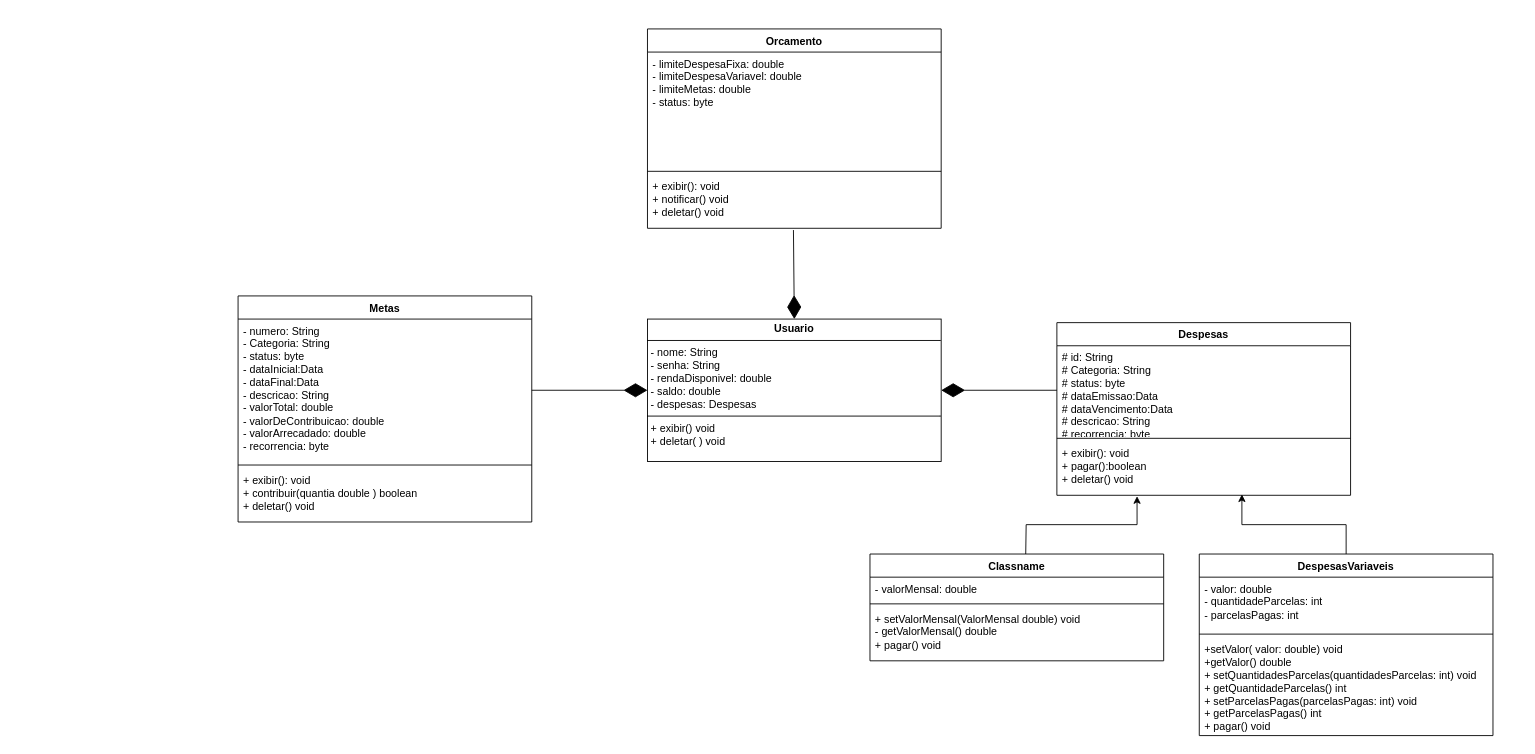
Earlier version of the draw.io diagram Diagrama de classe Controle-Financeiro.drawio (josevictoraraujorojas/Controle-Financeiro). Source tidied: cells renumbered, new cells numbered last; positions are measured from the earlier drawing's top-left corner, leaving out a move shared by most shapes. Both pictures are drawn from the tidied source at 89%, with x=0, y=0 at pixel (238, 28).
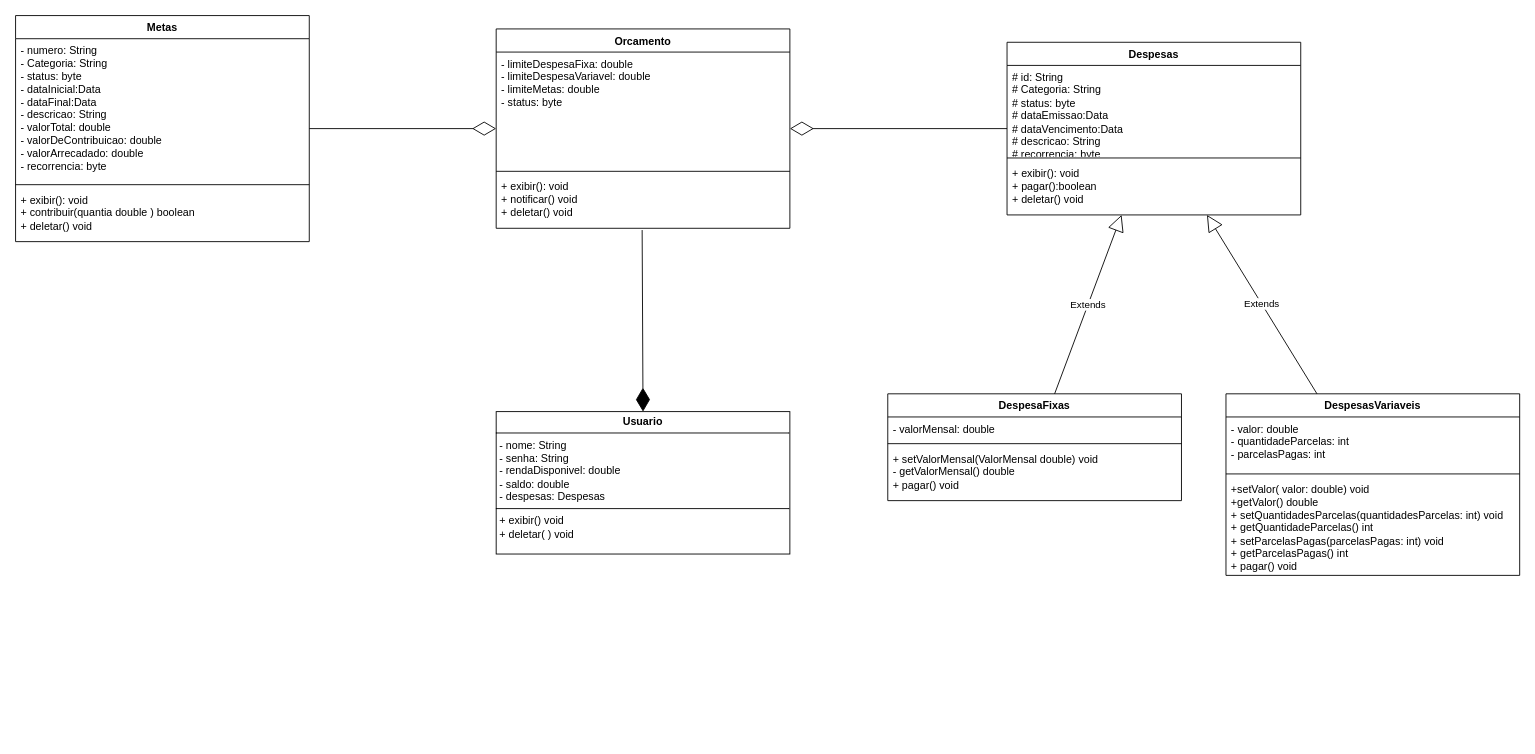
Above is the later version.

The change refers to these unchanged cells:
```xml
<mxCell id="4" value="&lt;div&gt;&lt;span style=&quot;background-color: initial;&quot;&gt;# id: String&lt;/span&gt;&lt;/div&gt;&lt;div&gt;&lt;span style=&quot;background-color: initial;&quot;&gt;# Categoria: String&lt;/span&gt;&lt;br&gt;&lt;/div&gt;&lt;div&gt;&lt;span style=&quot;background-color: initial;&quot;&gt;# status: byte&lt;/span&gt;&lt;/div&gt;&lt;div&gt;# dataEmissao:Data&lt;/div&gt;&lt;div&gt;&lt;span style=&quot;background-color: initial;&quot;&gt;# dataVencimento:Data&lt;/span&gt;&lt;/div&gt;&lt;div&gt;&lt;span style=&quot;background-color: initial;&quot;&gt;# descricao: String&lt;/span&gt;&lt;/div&gt;&lt;div&gt;&lt;span style=&quot;background-color: initial;&quot;&gt;# recorrencia: byte&lt;/span&gt;&lt;/div&gt;" style="text;strokeColor=none;fillColor=none;align=left;verticalAlign=top;spacingLeft=4;spacingRight=4;overflow=hidden;points=[[0,0.5],[1,0.5]];portConstraint=eastwest;whiteSpace=wrap;html=1;" parent="3" vertex="1">
  <mxGeometry y="26" width="330" height="100" as="geometry" />
</mxCell>
<mxCell id="6" value="&lt;div&gt;&lt;span style=&quot;background-color: initial;&quot;&gt;+ exibir(): void&lt;/span&gt;&lt;br&gt;&lt;/div&gt;&lt;div&gt;+ pagar():boolean&lt;/div&gt;&lt;div&gt;+ deletar() void&lt;/div&gt;" style="text;strokeColor=none;fillColor=none;align=left;verticalAlign=top;spacingLeft=4;spacingRight=4;overflow=hidden;points=[[0,0.5],[1,0.5]];portConstraint=eastwest;whiteSpace=wrap;html=1;" parent="3" vertex="1">
  <mxGeometry y="134" width="330" height="60" as="geometry" />
</mxCell>
<mxCell id="19" value="&lt;div&gt;&lt;span style=&quot;background-color: initial;&quot;&gt;- numero: String&lt;/span&gt;&lt;/div&gt;&lt;div&gt;&lt;span style=&quot;background-color: initial;&quot;&gt;- Categoria: String&lt;/span&gt;&lt;br&gt;&lt;/div&gt;&lt;div&gt;&lt;span style=&quot;background-color: initial;&quot;&gt;- status: byte&lt;/span&gt;&lt;/div&gt;&lt;div&gt;- dataInicial:Data&lt;/div&gt;&lt;div&gt;&lt;span style=&quot;background-color: initial;&quot;&gt;- dataFinal:Data&lt;/span&gt;&lt;/div&gt;&lt;div&gt;&lt;span style=&quot;background-color: initial;&quot;&gt;- descricao: String&lt;/span&gt;&lt;/div&gt;&lt;div&gt;&lt;span style=&quot;background-color: initial;&quot;&gt;- valorTotal: double&lt;/span&gt;&lt;/div&gt;&lt;div&gt;&lt;span style=&quot;background-color: initial;&quot;&gt;- valorDeContribuicao: double&lt;/span&gt;&lt;/div&gt;&lt;div&gt;&lt;span style=&quot;background-color: initial;&quot;&gt;- valorArrecadado: double&lt;/span&gt;&lt;/div&gt;&lt;div&gt;- recorrencia: byte&lt;/div&gt;" style="text;strokeColor=none;fillColor=none;align=left;verticalAlign=top;spacingLeft=4;spacingRight=4;overflow=hidden;points=[[0,0.5],[1,0.5]];portConstraint=eastwest;whiteSpace=wrap;html=1;" parent="18" vertex="1">
  <mxGeometry y="26" width="330" height="160" as="geometry" />
</mxCell>
```

The edit, as a diff of the source:
```diff
@@
     <mxCell id="2" value="&lt;p style=&quot;margin:0px;margin-top:4px;text-align:center;&quot;&gt;&lt;b&gt;Usuario&lt;/b&gt;&lt;/p&gt;&lt;hr size=&quot;1&quot; style=&quot;border-style:solid;&quot;&gt;&lt;p style=&quot;margin:0px;margin-left:4px;&quot;&gt;- nome: String&lt;/p&gt;&lt;p style=&quot;margin:0px;margin-left:4px;&quot;&gt;- senha: String&lt;/p&gt;&lt;p style=&quot;margin:0px;margin-left:4px;&quot;&gt;- rendaDisponivel: double&lt;/p&gt;&lt;p style=&quot;margin:0px;margin-left:4px;&quot;&gt;- saldo: double&lt;/p&gt;&lt;p style=&quot;margin:0px;margin-left:4px;&quot;&gt;- despesas: Despesas&lt;/p&gt;&lt;hr size=&quot;1&quot; style=&quot;border-style:solid;&quot;&gt;&lt;p style=&quot;margin:0px;margin-left:4px;&quot;&gt;+ exibir() void&amp;nbsp;&lt;/p&gt;&lt;p style=&quot;margin:0px;margin-left:4px;&quot;&gt;+ deletar( ) void&lt;/p&gt;" style="verticalAlign=top;align=left;overflow=fill;html=1;whiteSpace=wrap;" parent="1" vertex="1">
-      <mxGeometry x="460" y="326" width="330" height="160" as="geometry" />
+      <mxGeometry x="290" y="430" width="330" height="160" as="geometry" />
     </mxCell>
     <mxCell id="3" value="Despesas" style="swimlane;fontStyle=1;align=center;verticalAlign=top;horizontal=1;startSize=26;whiteSpace=wrap;html=1;" parent="1" vertex="1">
-      <mxGeometry x="920" y="330" width="330" height="194" as="geometry" />
+      <mxGeometry x="864" y="15" width="330" height="194" as="geometry" />
     </mxCell>
@@
     <mxCell id="7" value="DespesasVariaveis" style="swimlane;fontStyle=1;align=center;verticalAlign=top;horizontal=1;startSize=26;whiteSpace=wrap;html=1;" parent="1" vertex="1">
-      <mxGeometry x="1080" y="590" width="330" height="204" as="geometry" />
+      <mxGeometry x="1110" y="410" width="330" height="204" as="geometry" />
     </mxCell>
@@
-    <mxCell id="11" style="edgeStyle=orthogonalEdgeStyle;rounded=0;jettySize=auto;html=1;entryX=0.63;entryY=0.983;entryDx=0;entryDy=0;entryPerimeter=0;" parent="1" edge="1" source="7" target="6">
-      <mxGeometry relative="1" as="geometry" />
-    </mxCell>
-    <mxCell id="12" style="edgeStyle=orthogonalEdgeStyle;rounded=0;jettySize=auto;html=1;entryX=0.273;entryY=1.017;entryDx=0;entryDy=0;entryPerimeter=0;" parent="1" edge="1" target="6">
-      <mxGeometry relative="1" as="geometry">
-        <mxPoint x="885" y="590" as="sourcePoint" />
-      </mxGeometry>
-    </mxCell>
-    <mxCell id="13" value="Classname" style="swimlane;fontStyle=1;align=center;verticalAlign=top;horizontal=1;startSize=26;whiteSpace=wrap;html=1;" parent="1" vertex="1">
-      <mxGeometry x="710" y="590" width="330" height="120" as="geometry" />
+    <mxCell id="13" value="DespesaFixas" style="swimlane;fontStyle=1;align=center;verticalAlign=top;horizontal=1;startSize=26;whiteSpace=wrap;html=1;" parent="1" vertex="1">
+      <mxGeometry x="730" y="410" width="330" height="120" as="geometry" />
     </mxCell>
@@
-    <mxCell id="17" style="endArrow=diamondThin;endFill=1;endSize=24;html=1;rounded=0;entryX=1;entryY=0.5;entryDx=0;entryDy=0;exitX=0;exitY=0.5;exitDx=0;exitDy=0;" parent="1" edge="1" source="4" target="2">
-      <mxGeometry relative="1" as="geometry" />
-    </mxCell>
     <mxCell id="18" value="Metas" style="swimlane;fontStyle=1;align=center;verticalAlign=top;horizontal=1;startSize=26;whiteSpace=wrap;html=1;" parent="1" vertex="1">
-      <mxGeometry y="300" width="330" height="254" as="geometry" />
+      <mxGeometry x="-250" y="-15" width="330" height="254" as="geometry" />
     </mxCell>
@@
-    <mxCell id="22" style="endArrow=diamondThin;endFill=1;endSize=24;html=1;rounded=0;exitX=1;exitY=0.5;exitDx=0;exitDy=0;entryX=0;entryY=0.5;entryDx=0;entryDy=0;" parent="1" edge="1" source="19" target="2">
-      <mxGeometry relative="1" as="geometry" />
-    </mxCell>
     <mxCell id="23" value="Orcamento" style="swimlane;fontStyle=1;align=center;verticalAlign=top;horizontal=1;startSize=26;whiteSpace=wrap;html=1;" parent="1" vertex="1">
-      <mxGeometry x="460" width="330" height="224" as="geometry" />
+      <mxGeometry x="290" width="330" height="224" as="geometry" />
     </mxCell>
@@
+    <mxCell id="28" style="endArrow=diamondThin;endFill=0;endSize=24;html=1;rounded=0;" parent="1" edge="1" source="18" target="23">
+      <mxGeometry relative="1" as="geometry" />
+    </mxCell>
+    <mxCell id="29" style="endArrow=diamondThin;endFill=0;endSize=24;html=1;rounded=0;" parent="1" edge="1" source="3" target="23">
+      <mxGeometry relative="1" as="geometry" />
+    </mxCell>
+    <mxCell id="30" value="Extends" style="endArrow=block;endSize=16;endFill=0;html=1;rounded=0;" parent="1" edge="1" source="13" target="3">
+      <mxGeometry relative="1" as="geometry" />
+    </mxCell>
+    <mxCell id="31" value="Extends" style="endArrow=block;endSize=16;endFill=0;html=1;rounded=0;" parent="1" edge="1" source="7" target="3">
+      <mxGeometry relative="1" as="geometry" />
+    </mxCell>
```
